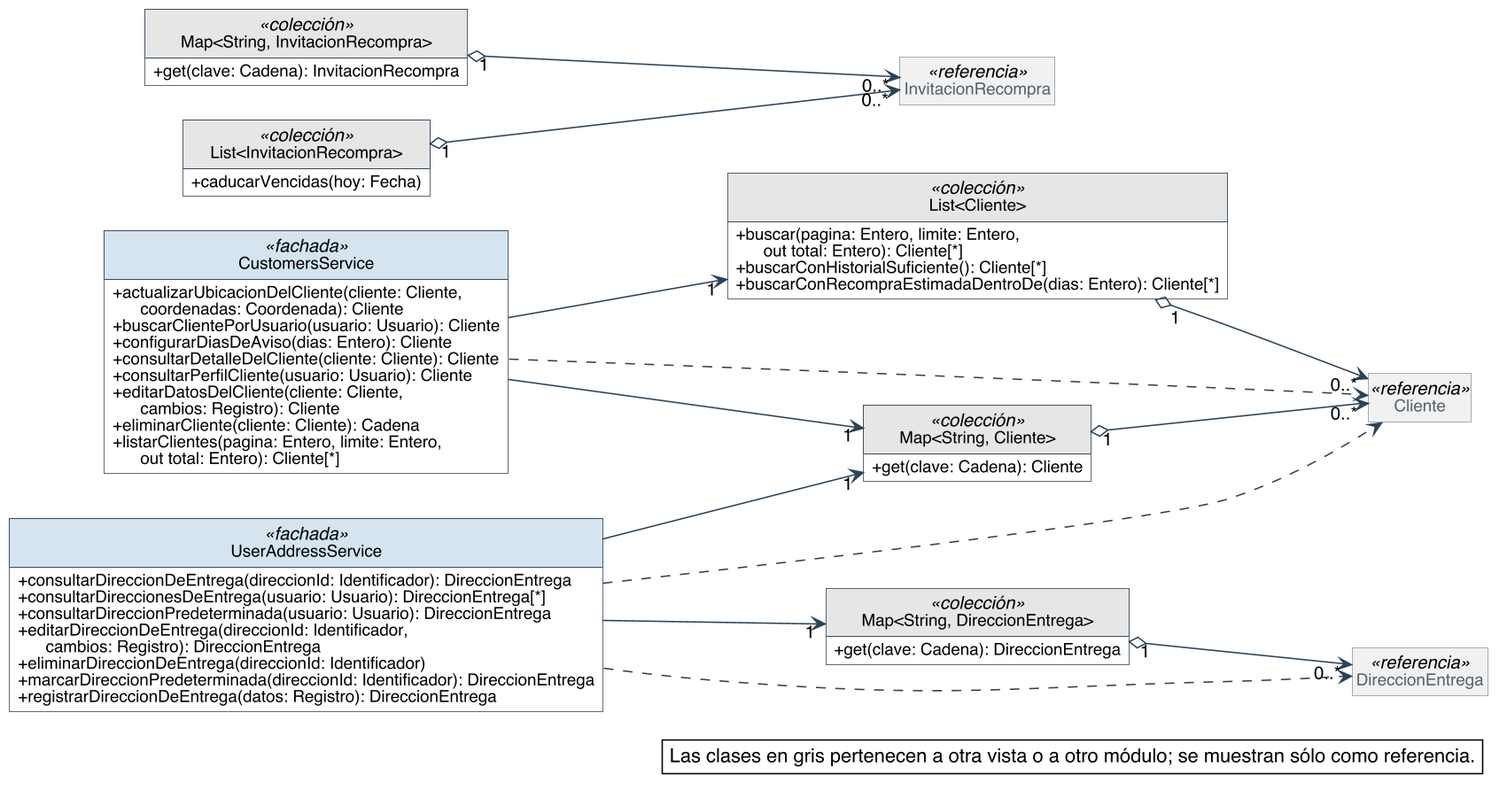
The PlantUML diagram diagramas/clases-diseno/DC_Mod_Clientes.png in Nahuelito-Dev/splg-docs, before a commit. Source of this version:
```plantuml
@startuml
skinparam backgroundColor #FFFFFF
skinparam shadowing false
skinparam defaultFontName Helvetica
skinparam defaultFontSize 13
skinparam dpi 150
skinparam nodesep 40
skinparam ranksep 55
skinparam classAttributeIconSize 0
skinparam roundCorner 0
skinparam genericDisplay old
skinparam class {
  BorderColor #2C4257
  BackgroundColor #FFFFFF
  ArrowColor #2C4257
  FontSize 14
  AttributeFontSize 12
  HeaderBackgroundColor #E8EEF3
}
skinparam class<<referencia>> {
  BackgroundColor #F1F1F1
  BorderColor #8A97A3
  FontColor #55616C
}
skinparam class<<fachada>> {
  HeaderBackgroundColor #D6E4F0
}
skinparam class<<controlador>> {
  HeaderBackgroundColor #D6E4F0
}
skinparam class<<fabricación pura>> {
  HeaderBackgroundColor #F3E9CF
}
skinparam class<<colección>> {
  HeaderBackgroundColor #E6E6E6
}
skinparam class<<adaptador>> {
  HeaderBackgroundColor #DCEBDD
}
skinparam interface {
  BorderColor #2C4257
  BackgroundColor #FFFFFF
  HeaderBackgroundColor #DCEBDD
  FontSize 14
  AttributeFontSize 12
}
skinparam note {
  BackgroundColor #FFFFFF
  BorderColor #2C4257
}
skinparam packageStyle rectangle
skinparam package {
  BorderColor #8A97A3
  FontSize 13
  FontColor #55616C
}
hide circle
hide empty members

left to right direction
skinparam nodesep 25
skinparam ranksep 90
class CustomersService <<fachada>> {
  + actualizarUbicacionDelCliente(cliente: Cliente,\n      coordenadas: Coordenada): Cliente
  + buscarClientePorUsuario(usuario: Usuario): Cliente
  + configurarDiasDeAviso(dias: Entero): Cliente
  + consultarDetalleDelCliente(cliente: Cliente): Cliente
  + consultarPerfilCliente(usuario: Usuario): Cliente
  + editarDatosDelCliente(cliente: Cliente,\n      cambios: Registro): Cliente
  + eliminarCliente(cliente: Cliente): Cadena
  + listarClientes(pagina: Entero, limite: Entero,\n      out total: Entero): Cliente[*]
}
class "Map<String, Cliente>" as Map_String_Cliente <<colección>> {
  + get(clave: Cadena): Cliente
}
class "List<Cliente>" as List_Cliente <<colección>> {
  + buscar(pagina: Entero, limite: Entero,\n      out total: Entero): Cliente[*]
  + buscarConHistorialSuficiente(): Cliente[*]
  + buscarConRecompraEstimadaDentroDe(dias: Entero): Cliente[*]
}
class "Map<String, InvitacionRecompra>" as Map_String_InvitacionRecompra <<colección>> {
  + get(clave: Cadena): InvitacionRecompra
}
class "List<InvitacionRecompra>" as List_InvitacionRecompra <<colección>> {
  + caducarVencidas(hoy: Fecha)
}
class UserAddressService <<fachada>> {
  + consultarDireccionDeEntrega(direccionId: Identificador): DireccionEntrega
  + consultarDireccionesDeEntrega(usuario: Usuario): DireccionEntrega[*]
  + consultarDireccionPredeterminada(usuario: Usuario): DireccionEntrega
  + editarDireccionDeEntrega(direccionId: Identificador,\n      cambios: Registro): DireccionEntrega
  + eliminarDireccionDeEntrega(direccionId: Identificador)
  + marcarDireccionPredeterminada(direccionId: Identificador): DireccionEntrega
  + registrarDireccionDeEntrega(datos: Registro): DireccionEntrega
}
class "Map<String, DireccionEntrega>" as Map_String_DireccionEntrega <<colección>> {
  + get(clave: Cadena): DireccionEntrega
}
class Cliente <<referencia>>
class DireccionEntrega <<referencia>>
class InvitacionRecompra <<referencia>>

Map_String_Cliente "1" o--> "0..*" Cliente
Map_String_DireccionEntrega "1" o--> "0..*" DireccionEntrega
List_Cliente "1" o--> "0..*" Cliente
Map_String_InvitacionRecompra "1" o--> "0..*" InvitacionRecompra
List_InvitacionRecompra "1" o--> "0..*" InvitacionRecompra
CustomersService --> "1" List_Cliente
CustomersService --> "1" Map_String_Cliente
UserAddressService --> "1" Map_String_Cliente
UserAddressService --> "1" Map_String_DireccionEntrega
CustomersService ..> Cliente
UserAddressService ..> Cliente
UserAddressService ..> DireccionEntrega

legend bottom right
  Las clases en gris pertenecen a otra vista o a otro módulo; se muestran sólo como referencia.
endlegend
@enduml
```
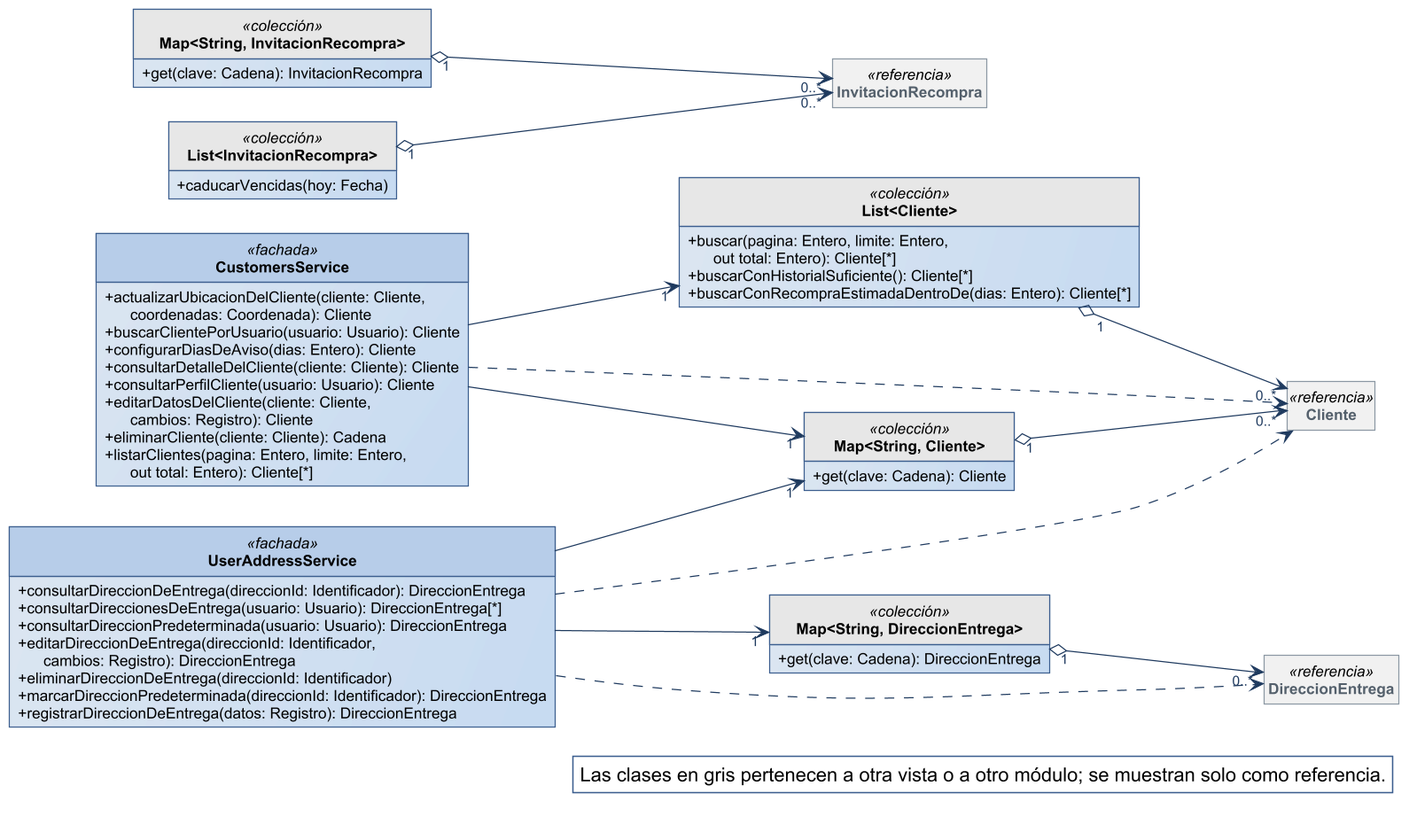
Later version of the same file.

Change to the diagram source:
```diff
@@ -1,59 +1,29 @@
 @startuml
-skinparam backgroundColor #FFFFFF
-skinparam shadowing false
-skinparam defaultFontName Helvetica
-skinparam defaultFontSize 13
-skinparam dpi 150
+!include ../estilo-vp.iuml
 skinparam nodesep 40
 skinparam ranksep 55
-skinparam classAttributeIconSize 0
-skinparam roundCorner 0
 skinparam genericDisplay old
-skinparam class {
-  BorderColor #2C4257
-  BackgroundColor #FFFFFF
-  ArrowColor #2C4257
-  FontSize 14
-  AttributeFontSize 12
-  HeaderBackgroundColor #E8EEF3
-}
 skinparam class<<referencia>> {
   BackgroundColor #F1F1F1
   BorderColor #8A97A3
   FontColor #55616C
 }
 skinparam class<<fachada>> {
-  HeaderBackgroundColor #D6E4F0
+  HeaderBackgroundColor #B7CDE8
 }
 skinparam class<<controlador>> {
-  HeaderBackgroundColor #D6E4F0
+  HeaderBackgroundColor #B7CDE8
 }
 skinparam class<<fabricación pura>> {
-  HeaderBackgroundColor #F3E9CF
+  HeaderBackgroundColor #E4ECF6
 }
 skinparam class<<colección>> {
   HeaderBackgroundColor #E6E6E6
 }
 skinparam class<<adaptador>> {
-  HeaderBackgroundColor #DCEBDD
-}
-skinparam interface {
-  BorderColor #2C4257
-  BackgroundColor #FFFFFF
-  HeaderBackgroundColor #DCEBDD
-  FontSize 14
-  AttributeFontSize 12
-}
-skinparam note {
-  BackgroundColor #FFFFFF
-  BorderColor #2C4257
+  HeaderBackgroundColor #D5E3F3
 }
 skinparam packageStyle rectangle
-skinparam package {
-  BorderColor #8A97A3
-  FontSize 13
-  FontColor #55616C
-}
 hide circle
 hide empty members
 
@@ -97,14 +67,14 @@
   + get(clave: Cadena): DireccionEntrega
 }
 class Cliente <<referencia>>
+class InvitacionRecompra <<referencia>>
 class DireccionEntrega <<referencia>>
-class InvitacionRecompra <<referencia>>
 
 Map_String_Cliente "1" o--> "0..*" Cliente
-Map_String_DireccionEntrega "1" o--> "0..*" DireccionEntrega
 List_Cliente "1" o--> "0..*" Cliente
 Map_String_InvitacionRecompra "1" o--> "0..*" InvitacionRecompra
 List_InvitacionRecompra "1" o--> "0..*" InvitacionRecompra
+Map_String_DireccionEntrega "1" o--> "0..*" DireccionEntrega
 CustomersService --> "1" List_Cliente
 CustomersService --> "1" Map_String_Cliente
 UserAddressService --> "1" Map_String_Cliente
@@ -114,6 +84,6 @@
 UserAddressService ..> DireccionEntrega
 
 legend bottom right
-  Las clases en gris pertenecen a otra vista o a otro módulo; se muestran sólo como referencia.
+  Las clases en gris pertenecen a otra vista o a otro módulo; se muestran solo como referencia.
 endlegend
 @enduml
```
